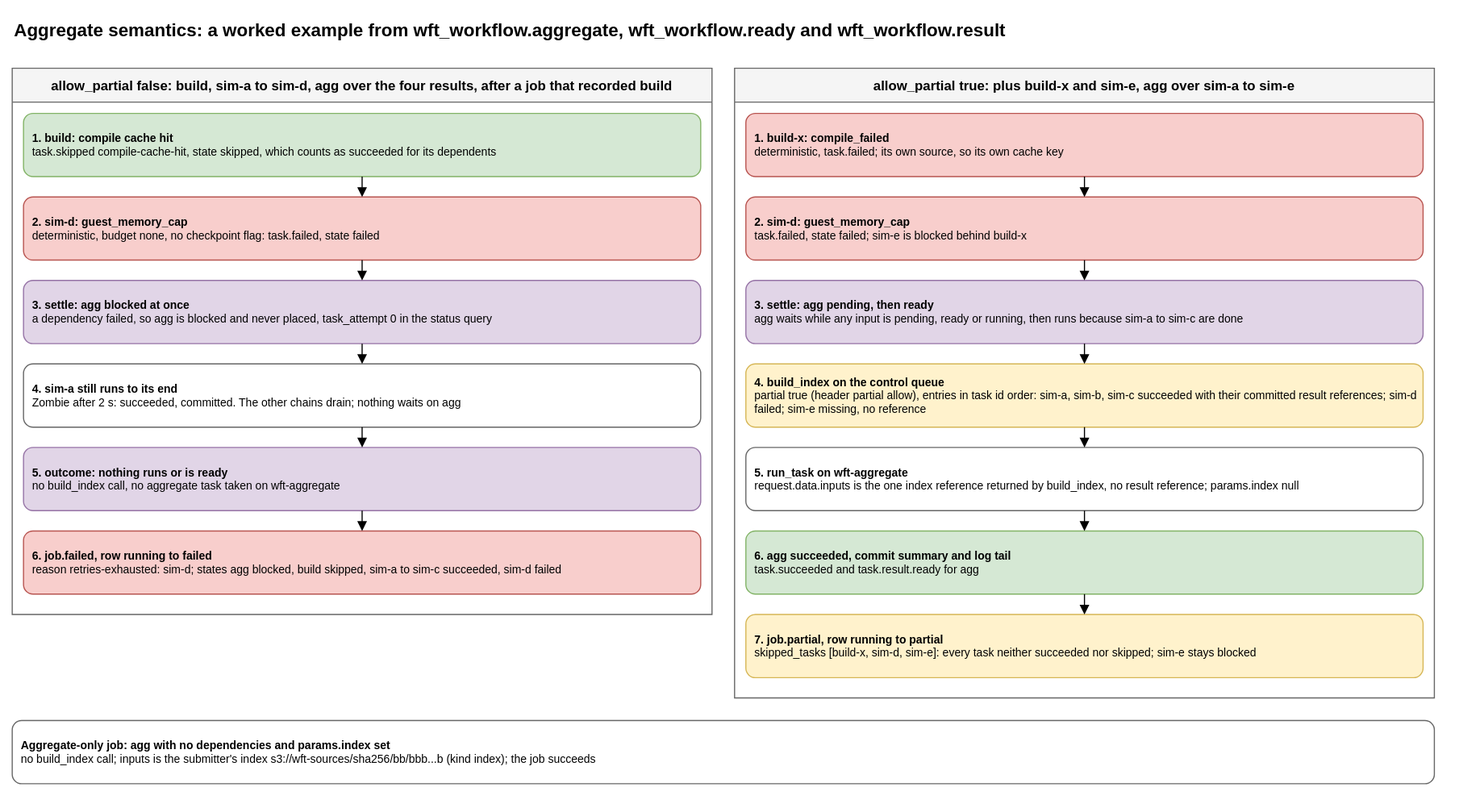
The draw.io diagram packages/workflow/aggregate.drawio.svg in AndoNorth/disyard, before a commit. Source tidied: cells renumbered, new cells last; positions are measured from the earlier drawing's top-left corner, leaving out a move shared by most shapes.
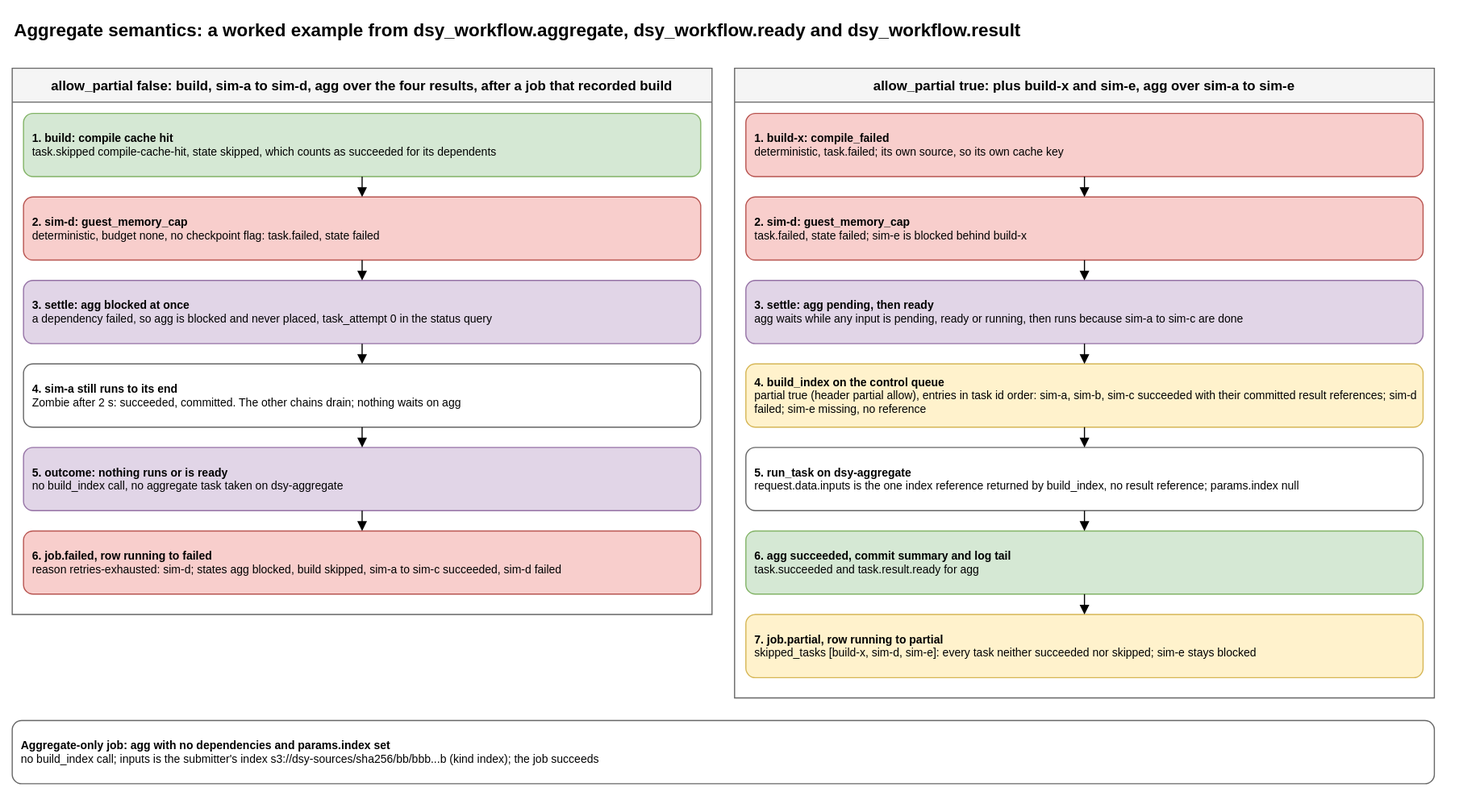
After the change.

Diff of the diagram source:
```diff
@@ -2,7 +2,7 @@
   <root>
     <mxCell id="0" />
     <mxCell id="1" parent="0" />
-    <mxCell id="2" value="Aggregate semantics: a worked example from wft_workflow.aggregate, wft_workflow.ready and wft_workflow.result" style="text;html=1;fontSize=16;fontStyle=1;align=left;" parent="1" vertex="1">
+    <mxCell id="2" value="Aggregate semantics: a worked example from dsy_workflow.aggregate, dsy_workflow.ready and dsy_workflow.result" style="text;html=1;fontSize=16;fontStyle=1;align=left;" parent="1" vertex="1">
       <mxGeometry width="1260" height="30" as="geometry" />
     </mxCell>
     <mxCell id="3" value="allow_partial false: build, sim-a to sim-d, agg over the four results, after a job that recorded build" style="swimlane;startSize=30;fillColor=#f5f5f5;strokeColor=#666666;fontStyle=1;" parent="1" vertex="1">
@@ -29,7 +29,7 @@
     <mxCell id="10" style="endArrow=block;html=1;" parent="3" edge="1" source="7" target="9">
       <mxGeometry relative="1" as="geometry" />
     </mxCell>
-    <mxCell id="11" value="&lt;b&gt;5. outcome: nothing runs or is ready&lt;/b&gt;&lt;br&gt;no build_index call, no aggregate task taken on wft-aggregate" style="rounded=1;whiteSpace=wrap;html=1;fontSize=10;align=left;spacingLeft=6;fillColor=#e1d5e7;strokeColor=#9673a6;" parent="3" vertex="1">
+    <mxCell id="11" value="&lt;b&gt;5. outcome: nothing runs or is ready&lt;/b&gt;&lt;br&gt;no build_index call, no aggregate task taken on dsy-aggregate" style="rounded=1;whiteSpace=wrap;html=1;fontSize=10;align=left;spacingLeft=6;fillColor=#e1d5e7;strokeColor=#9673a6;" parent="3" vertex="1">
       <mxGeometry x="10" y="336" width="600" height="56" as="geometry" />
     </mxCell>
     <mxCell id="12" style="endArrow=block;html=1;" parent="3" edge="1" source="9" target="11">
@@ -65,7 +65,7 @@
     <mxCell id="22" style="endArrow=block;html=1;" parent="15" edge="1" source="19" target="21">
       <mxGeometry relative="1" as="geometry" />
     </mxCell>
-    <mxCell id="23" value="&lt;b&gt;5. run_task on wft-aggregate&lt;/b&gt;&lt;br&gt;request.data.inputs is the one index reference returned by build_index, no result reference; params.index null" style="rounded=1;whiteSpace=wrap;html=1;fontSize=10;align=left;spacingLeft=6;fillColor=#ffffff;strokeColor=#666666;" parent="15" vertex="1">
+    <mxCell id="23" value="&lt;b&gt;5. run_task on dsy-aggregate&lt;/b&gt;&lt;br&gt;request.data.inputs is the one index reference returned by build_index, no result reference; params.index null" style="rounded=1;whiteSpace=wrap;html=1;fontSize=10;align=left;spacingLeft=6;fillColor=#ffffff;strokeColor=#666666;" parent="15" vertex="1">
       <mxGeometry x="10" y="336" width="600" height="56" as="geometry" />
     </mxCell>
     <mxCell id="24" style="endArrow=block;html=1;" parent="15" edge="1" source="21" target="23">
@@ -83,7 +83,7 @@
     <mxCell id="28" style="endArrow=block;html=1;" parent="15" edge="1" source="25" target="27">
       <mxGeometry relative="1" as="geometry" />
     </mxCell>
-    <mxCell id="29" value="&lt;b&gt;Aggregate-only job: agg with no dependencies and params.index set&lt;/b&gt;&lt;br&gt;no build_index call; inputs is the submitter's index s3://wft-sources/sha256/bb/bbb...b (kind index); the job succeeds" style="rounded=1;whiteSpace=wrap;html=1;fontSize=10;align=left;spacingLeft=6;fillColor=#ffffff;strokeColor=#666666;" parent="1" vertex="1">
+    <mxCell id="29" value="&lt;b&gt;Aggregate-only job: agg with no dependencies and params.index set&lt;/b&gt;&lt;br&gt;no build_index call; inputs is the submitter's index s3://dsy-sources/sha256/bb/bbb...b (kind index); the job succeeds" style="rounded=1;whiteSpace=wrap;html=1;fontSize=10;align=left;spacingLeft=6;fillColor=#ffffff;strokeColor=#666666;" parent="1" vertex="1">
       <mxGeometry y="628" width="1260" height="56" as="geometry" />
     </mxCell>
   </root>
```
